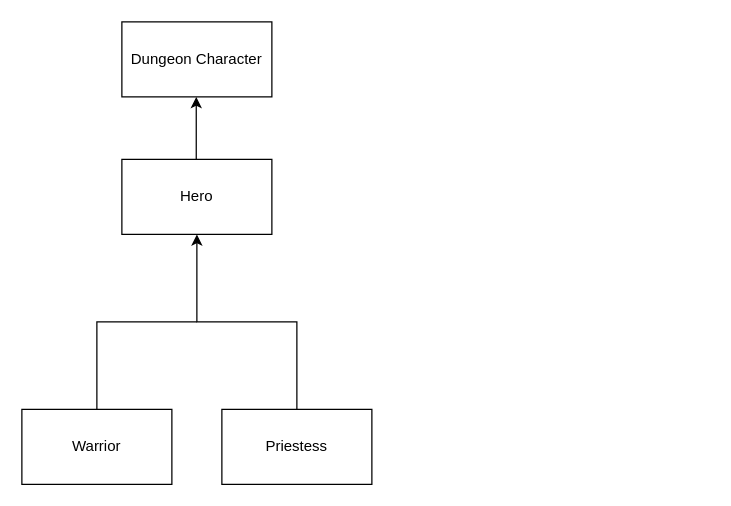
The draw.io diagram TCSS360CourseUML.drawio in HieuTMDoan/DungeonAdventure, before the edit. Source tidied: cells renumbered, new cells numbered last; positions are measured from the earlier drawing's top-left corner, leaving out a move shared by most shapes. Both pictures are drawn from the tidied source at 125%, with x=0, y=0 at pixel (21, 21).
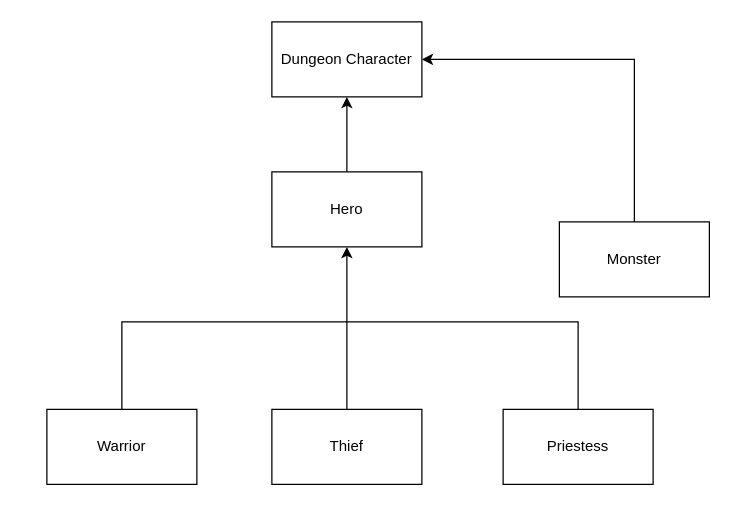
The same page after the edit.

The edit, as a diff of the source:
```diff
@@
 <mxGraphModel>
   <root>
     <mxCell id="0" />
     <mxCell id="1" parent="0" />
     <mxCell id="2" value="Dungeon Character" style="rounded=0;whiteSpace=wrap;html=1;" parent="1" vertex="1">
-      <mxGeometry x="80" width="120" height="60" as="geometry" />
+      <mxGeometry x="200" width="120" height="60" as="geometry" />
     </mxCell>
-    <mxCell id="3" style="endArrow=classic;html=1;rounded=0;" parent="1" edge="1">
+    <mxCell id="3" style="endArrow=classic;html=1;rounded=0;exitX=0.5;exitY=0;exitDx=0;exitDy=0;entryX=0.5;entryY=1;entryDx=0;entryDy=0;" parent="1" edge="1" source="4" target="2">
       <mxGeometry relative="1" as="geometry">
-        <mxPoint x="139.5" y="140" as="sourcePoint" />
-        <mxPoint x="139.5" y="60" as="targetPoint" />
         <Array as="points">
-          <mxPoint x="139.5" y="90" />
+          <mxPoint x="260" y="90" />
         </Array>
       </mxGeometry>
     </mxCell>
     <mxCell id="4" value="Hero" style="rounded=0;whiteSpace=wrap;html=1;" parent="1" vertex="1">
-      <mxGeometry x="80" y="110" width="120" height="60" as="geometry" />
+      <mxGeometry x="200" y="120" width="120" height="60" as="geometry" />
     </mxCell>
     <mxCell id="5" value="Priestess" style="rounded=0;whiteSpace=wrap;html=1;" parent="1" vertex="1">
-      <mxGeometry x="160" y="310" width="120" height="60" as="geometry" />
+      <mxGeometry x="385" y="310" width="120" height="60" as="geometry" />
     </mxCell>
     <mxCell id="6" value="Warrior" style="rounded=0;whiteSpace=wrap;html=1;" parent="1" vertex="1">
-      <mxGeometry y="310" width="120" height="60" as="geometry" />
+      <mxGeometry x="20" y="310" width="120" height="60" as="geometry" />
     </mxCell>
     <mxCell id="7" style="endArrow=classic;html=1;rounded=0;entryX=0.5;entryY=1;entryDx=0;entryDy=0;exitX=0.5;exitY=0;exitDx=0;exitDy=0;" parent="1" edge="1" source="5" target="4">
       <mxGeometry relative="1" as="geometry">
         <Array as="points">
-          <mxPoint x="220" y="240" />
-          <mxPoint x="140" y="240" />
-          <mxPoint x="140" y="220" />
+          <mxPoint x="445" y="240" />
+          <mxPoint x="260" y="240" />
+          <mxPoint x="260" y="210" />
         </Array>
       </mxGeometry>
     </mxCell>
     <mxCell id="8" style="endArrow=none;html=1;rounded=0;exitX=0.5;exitY=0;exitDx=0;exitDy=0;" parent="1" edge="1" source="6">
       <mxGeometry relative="1" as="geometry">
-        <mxPoint x="140" y="240" as="targetPoint" />
+        <mxPoint x="260" y="240" as="targetPoint" />
         <Array as="points">
-          <mxPoint x="60" y="240" />
+          <mxPoint x="80" y="240" />
         </Array>
       </mxGeometry>
     </mxCell>
+    <mxCell id="9" style="endArrow=none;html=1;rounded=0;" parent="1" edge="1" target="10">
+      <mxGeometry relative="1" as="geometry">
+        <mxPoint x="260" y="240" as="sourcePoint" />
+      </mxGeometry>
+    </mxCell>
+    <mxCell id="10" value="Thief" style="rounded=0;whiteSpace=wrap;html=1;" parent="1" vertex="1">
+      <mxGeometry x="200" y="310" width="120" height="60" as="geometry" />
+    </mxCell>
+    <mxCell id="11" style="endArrow=classic;html=1;rounded=0;entryX=1;entryY=0.5;entryDx=0;entryDy=0;exitX=0.5;exitY=0;exitDx=0;exitDy=0;" parent="1" edge="1" source="12" target="2">
+      <mxGeometry relative="1" as="geometry">
+        <Array as="points">
+          <mxPoint x="490" y="30" />
+        </Array>
+      </mxGeometry>
+    </mxCell>
+    <mxCell id="12" value="Monster" style="rounded=0;whiteSpace=wrap;html=1;" parent="1" vertex="1">
+      <mxGeometry x="430" y="160" width="120" height="60" as="geometry" />
+    </mxCell>
   </root>
 </mxGraphModel>
```
